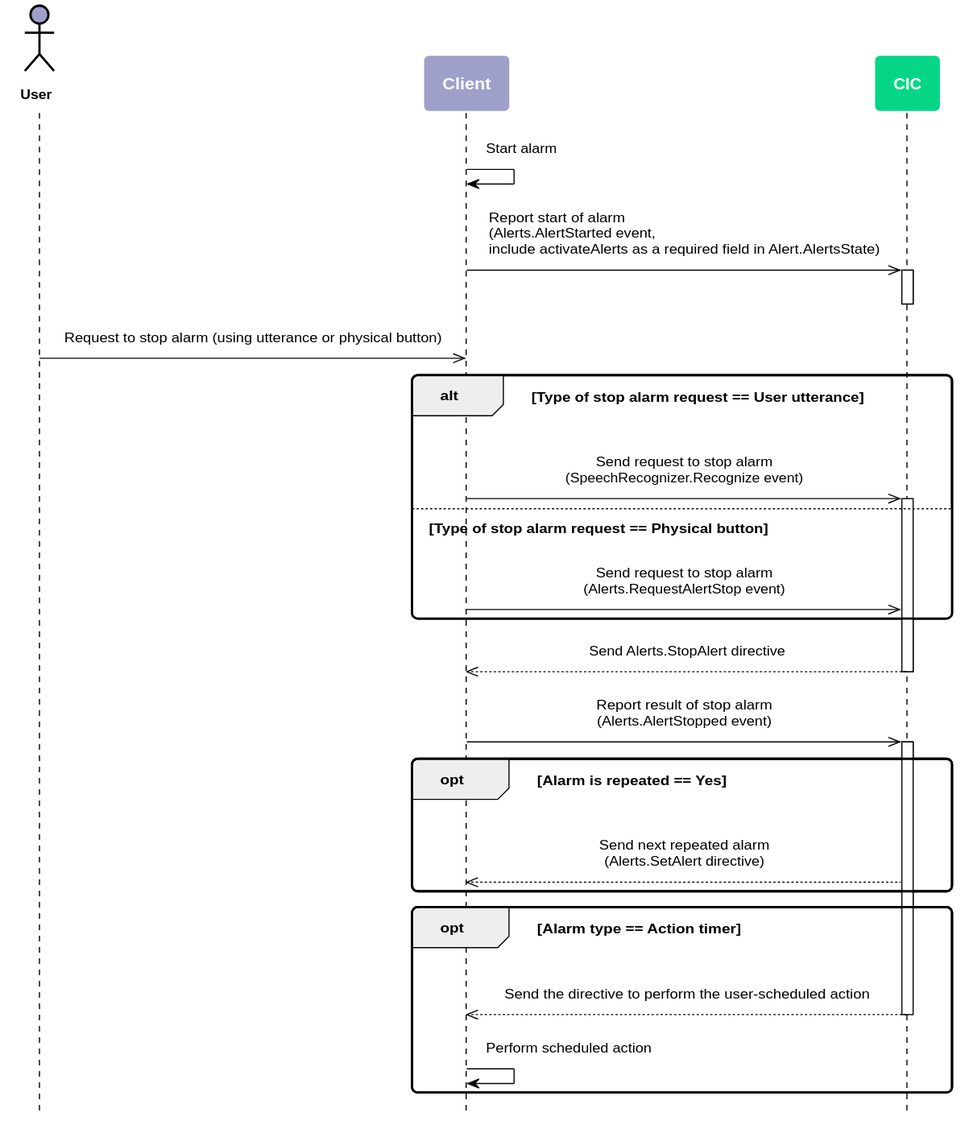
The PlantUML diagram en-KR/Develop/Assets/Images/CIC_Alerts_Ring_Work_Flow.svg in muchokwon/clova-client-developer-guide, before a commit. Source of this version:
```plantuml
@startuml
scale max 880 width
skinparam sequenceMessageAlign center
skinparam shadowing false
skinparam roundcorner 10
skinparam padding 10
skinparam defaultFontSize 12
skinparam sequence {
	ArrowColor #000000
	ActorBorderColor #000000
	ActorFontStyle Bolder

	LifeLineBorderColor #000000
	LifeLineBackgroundColor transparent
	ParticipantBorderColor transparent
	ParticipantFontSize 14
	ParticipantFontColor #ffffff
	ParticipantFontStyle bold

	BoxBorderColor #000000
	BoxFontColor #ffffff
    BoxFontSize 14
    BoxFontStyle bold
}
skinparam note {
	BackgroundColor #9EA0CA
	BorderColor #ffffff
	FontColor #ffffff
	FontSize 14
	FontStyle bold
}
hide footbox

actor User as user #9EA0CA
participant Client as client #9EA0CA
participant CIC as cic #05D686


  client -> client : Start alarm
  client ->> cic : Report start of alarm\n(Alerts.AlertStarted event,\linclude activateAlerts as a required field in Alert.AlertsState)

  activate cic
  deactivate cic

  user ->> client : Request to stop alarm (using utterance or physical button)

  alt Type of stop alarm request == User utterance

    client ->> cic : Send request to stop alarm\n(SpeechRecognizer.Recognize event)

  activate cic

  else Type of stop alarm request == Physical button

    client ->> cic : Send request to stop alarm\n(Alerts.RequestAlertStop event)

  end

  cic -->> client : Send Alerts.StopAlert directive

  deactivate cic

  client ->> cic : Report result of stop alarm\n(Alerts.AlertStopped event)

  activate cic

    opt Alarm is repeated == Yes

      cic -->> client : Send next repeated alarm\n(Alerts.SetAlert directive)

    end

    opt Alarm type == Action timer

      cic -->> client : Send the directive to perform the user-scheduled action

  deactivate cic

      client -> client : Perform scheduled action

    end

  deactivate client
  deactivate cic

@enduml
```
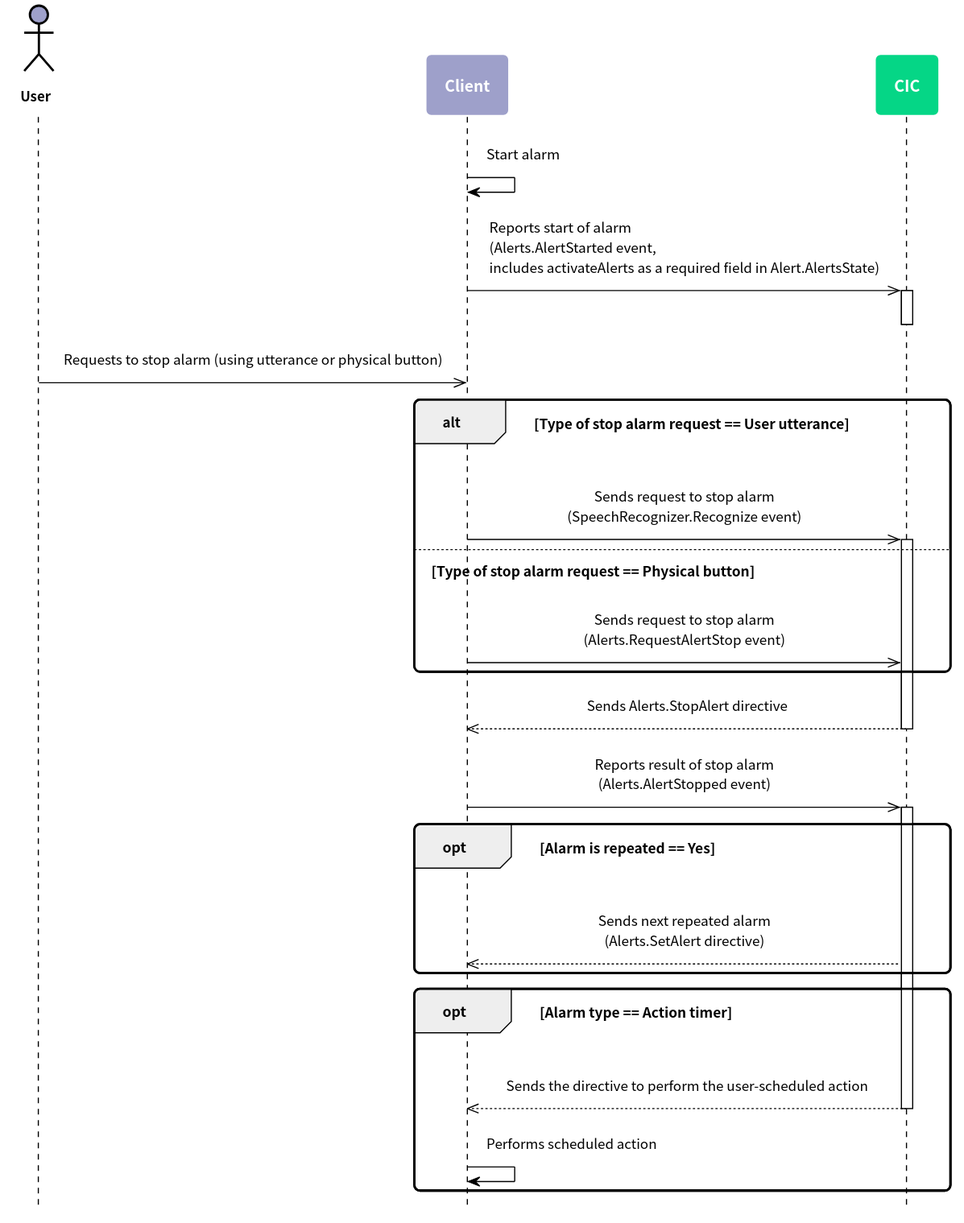
Later version of the same file.

What changed in the source:
```diff
@@ -5,31 +5,49 @@
 skinparam roundcorner 10
 skinparam padding 10
 skinparam defaultFontSize 12
+skinparam defaultFontName "Noto Sans CJK KR"
+
+skinparam note {
+  BackgroundColor #9EA0CA
+  BorderColor #ffffff
+  FontColor #ffffff
+  FontSize 14
+  FontStyle bold
+}
+
 skinparam sequence {
-	ArrowColor #000000
-	ActorBorderColor #000000
-	ActorFontStyle Bolder
+  ArrowColor #000000
+  ActorBorderColor #000000
+  ActorFontStyle Bolder
 
-	LifeLineBorderColor #000000
-	LifeLineBackgroundColor transparent
-	ParticipantBorderColor transparent
-	ParticipantFontSize 14
-	ParticipantFontColor #ffffff
-	ParticipantFontStyle bold
 
-	BoxBorderColor #000000
-	BoxFontColor #ffffff
+  LifeLineBorderColor #000000
+  LifeLineBackgroundColor transparent
+  ParticipantBorderColor transparent
+  ParticipantFontSize 14
+  ParticipantFontColor #ffffff
+  ParticipantFontStyle bold
+
+  BoxBorderColor #000000
+  BoxFontColor #ffffff
     BoxFontSize 14
     BoxFontStyle bold
 }
-skinparam note {
-	BackgroundColor #9EA0CA
-	BorderColor #ffffff
-	FontColor #ffffff
-	FontSize 14
-	FontStyle bold
+hide footbox
+
+skinparam activity {
+  BackgroundColor #9EA0CA
+  BarColor #ffffff
+  BorderColor #ffffff
+  DiamondBackgroundColor #05D686
+  DiamondBorderColor #ffffff
+  DiamondFontColor #ffffff
+  DiamondFontSize 14
+  DiamondFontStyle bold
+  FontColor #ffffff
+  FontSize 14
+  FontStyle bold
 }
-hide footbox
 
 actor User as user #9EA0CA
 participant Client as client #9EA0CA
@@ -37,46 +55,46 @@
 
 
   client -> client : Start alarm
-  client ->> cic : Report start of alarm\n(Alerts.AlertStarted event,\linclude activateAlerts as a required field in Alert.AlertsState)
+  client ->> cic : Reports start of alarm\n(Alerts.AlertStarted event,\lincludes activateAlerts as a required field in Alert.AlertsState)
 
   activate cic
   deactivate cic
 
-  user ->> client : Request to stop alarm (using utterance or physical button)
+  user ->> client : Requests to stop alarm (using utterance or physical button)
 
   alt Type of stop alarm request == User utterance
 
-    client ->> cic : Send request to stop alarm\n(SpeechRecognizer.Recognize event)
+    client ->> cic : Sends request to stop alarm\n(SpeechRecognizer.Recognize event)
 
   activate cic
 
   else Type of stop alarm request == Physical button
 
-    client ->> cic : Send request to stop alarm\n(Alerts.RequestAlertStop event)
+    client ->> cic : Sends request to stop alarm\n(Alerts.RequestAlertStop event)
 
   end
 
-  cic -->> client : Send Alerts.StopAlert directive
+  cic -->> client : Sends Alerts.StopAlert directive
 
   deactivate cic
 
-  client ->> cic : Report result of stop alarm\n(Alerts.AlertStopped event)
+  client ->> cic : Reports result of stop alarm\n(Alerts.AlertStopped event)
 
   activate cic
 
     opt Alarm is repeated == Yes
 
-      cic -->> client : Send next repeated alarm\n(Alerts.SetAlert directive)
+      cic -->> client : Sends next repeated alarm\n(Alerts.SetAlert directive)
 
     end
 
     opt Alarm type == Action timer
 
-      cic -->> client : Send the directive to perform the user-scheduled action
+      cic -->> client : Sends the directive to perform the user-scheduled action
 
   deactivate cic
 
-      client -> client : Perform scheduled action
+      client -> client : Performs scheduled action
 
     end
 
```
